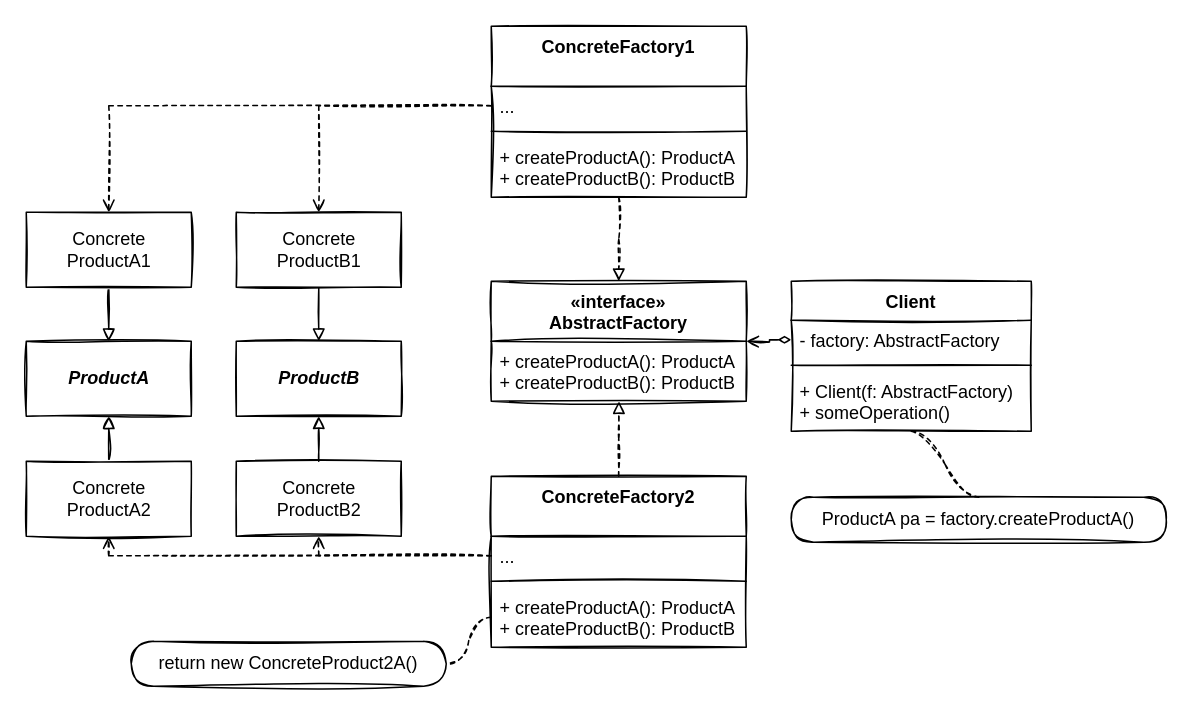
Earlier version of the draw.io diagram page "Standard" (1 of 2) of src/02-AbstractFactory/UML.drawio (MangoPomelo/DesignPatternPractice). Source tidied: cells renumbered, new cells numbered last; positions are measured from the earlier drawing's top-left corner, leaving out a move shared by most shapes. Both pictures are drawn from the tidied source at 150%, with x=0, y=0 at pixel (26, 26).
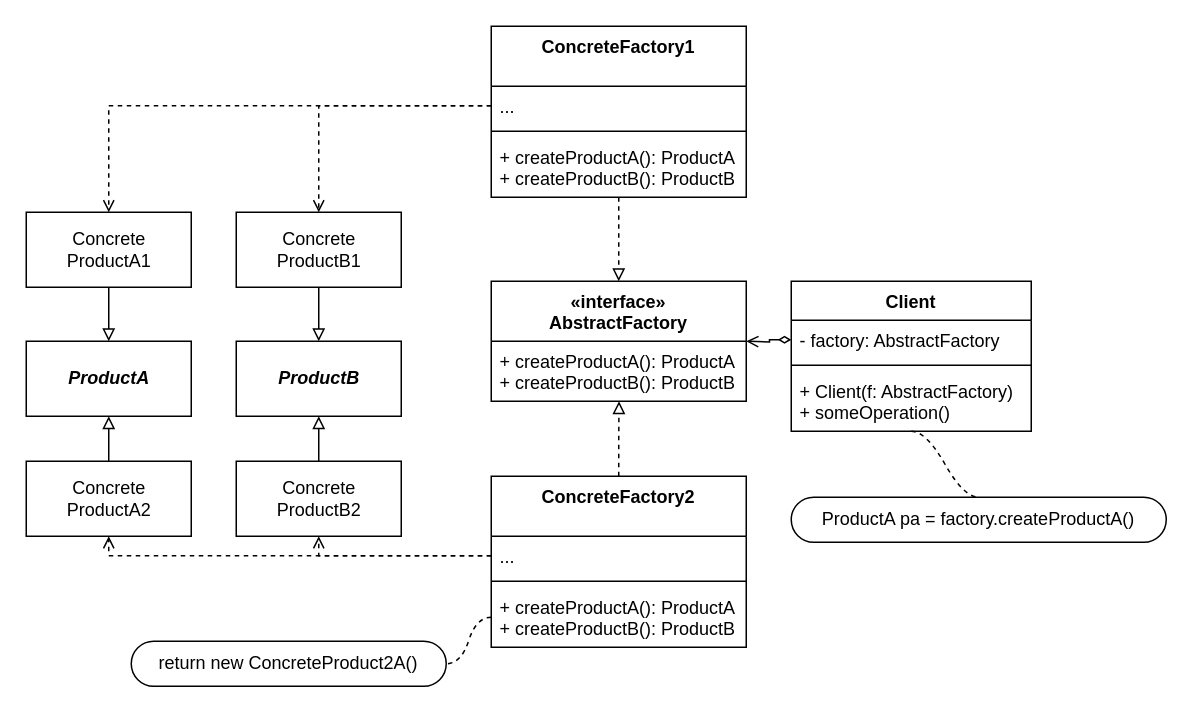
After the change.

The edit, as a diff of the source:
```diff
@@
-    <mxCell id="2" value="«interface»&#10;AbstractFactory" style="swimlane;fontStyle=1;align=center;verticalAlign=top;horizontal=1;startSize=40;sketch=1;" parent="1" vertex="1">
+    <mxCell id="2" value="«interface»&#10;AbstractFactory" style="swimlane;fontStyle=1;align=center;verticalAlign=top;horizontal=1;startSize=40;" parent="1" vertex="1">
       <mxGeometry x="310" y="170" width="170" height="80" as="geometry" />
     </mxCell>
-    <mxCell id="3" value="+ createProductA(): ProductA&#10;+ createProductB(): ProductB" style="text;strokeColor=none;fillColor=none;align=left;verticalAlign=top;spacingLeft=4;spacingRight=4;overflow=hidden;points=[[0,0.5],[1,0.5]];portConstraint=eastwest;sketch=1;" parent="2" vertex="1">
+    <mxCell id="3" value="+ createProductA(): ProductA&#10;+ createProductB(): ProductB" style="text;strokeColor=none;fillColor=none;align=left;verticalAlign=top;spacingLeft=4;spacingRight=4;overflow=hidden;points=[[0,0.5],[1,0.5]];portConstraint=eastwest;" parent="2" vertex="1">
       <mxGeometry y="40" width="170" height="40" as="geometry" />
     </mxCell>
-    <mxCell id="4" style="edgeStyle=orthogonalEdgeStyle;html=1;endArrow=block;endFill=0;dashed=1;rounded=0;sketch=1;entryX=0.501;entryY=1;entryDx=0;entryDy=0;entryPerimeter=0;" parent="1" edge="1" source="5" target="3">
+    <mxCell id="4" style="edgeStyle=orthogonalEdgeStyle;html=1;endArrow=block;endFill=0;dashed=1;rounded=0;entryX=0.501;entryY=1;entryDx=0;entryDy=0;entryPerimeter=0;" parent="1" edge="1" source="5" target="3">
       <mxGeometry relative="1" as="geometry" />
     </mxCell>
-    <mxCell id="5" value="ConcreteFactory2" style="swimlane;fontStyle=1;align=center;verticalAlign=top;horizontal=1;startSize=40;sketch=1;" parent="1" vertex="1">
+    <mxCell id="5" value="ConcreteFactory2" style="swimlane;fontStyle=1;align=center;verticalAlign=top;horizontal=1;startSize=40;" parent="1" vertex="1">
       <mxGeometry x="310" y="300" width="170" height="114" as="geometry" />
     </mxCell>
-    <mxCell id="6" value="..." style="text;strokeColor=none;fillColor=none;align=left;verticalAlign=top;spacingLeft=4;spacingRight=4;overflow=hidden;points=[[0,0.5],[1,0.5]];portConstraint=eastwest;sketch=1;" parent="5" vertex="1">
+    <mxCell id="6" value="..." style="text;strokeColor=none;fillColor=none;align=left;verticalAlign=top;spacingLeft=4;spacingRight=4;overflow=hidden;points=[[0,0.5],[1,0.5]];portConstraint=eastwest;" parent="5" vertex="1">
       <mxGeometry y="40" width="170" height="26" as="geometry" />
     </mxCell>
-    <mxCell id="7" style="line;strokeWidth=1;fillColor=none;align=left;verticalAlign=middle;spacingTop=-1;spacingLeft=3;spacingRight=3;labelPosition=right;sketch=1;" parent="5" vertex="1">
+    <mxCell id="7" style="line;strokeWidth=1;fillColor=none;align=left;verticalAlign=middle;spacingTop=-1;spacingLeft=3;spacingRight=3;labelPosition=right;" parent="5" vertex="1">
       <mxGeometry y="66" width="170" height="8" as="geometry" />
     </mxCell>
-    <mxCell id="8" value="+ createProductA(): ProductA&#10;+ createProductB(): ProductB" style="text;strokeColor=none;fillColor=none;align=left;verticalAlign=top;spacingLeft=4;spacingRight=4;overflow=hidden;points=[[0,0.5],[1,0.5]];portConstraint=eastwest;sketch=1;" parent="5" vertex="1">
+    <mxCell id="8" value="+ createProductA(): ProductA&#10;+ createProductB(): ProductB" style="text;strokeColor=none;fillColor=none;align=left;verticalAlign=top;spacingLeft=4;spacingRight=4;overflow=hidden;points=[[0,0.5],[1,0.5]];portConstraint=eastwest;" parent="5" vertex="1">
       <mxGeometry y="74" width="170" height="40" as="geometry" />
     </mxCell>
-    <mxCell id="9" style="edgeStyle=orthogonalEdgeStyle;html=1;dashed=1;endArrow=block;endFill=0;rounded=0;sketch=1;" parent="1" edge="1" source="10">
+    <mxCell id="9" style="edgeStyle=orthogonalEdgeStyle;html=1;dashed=1;endArrow=block;endFill=0;rounded=0;" parent="1" edge="1" source="10">
       <mxGeometry relative="1" as="geometry">
         <mxPoint x="395" y="170" as="targetPoint" />
       </mxGeometry>
     </mxCell>
-    <mxCell id="10" value="ConcreteFactory1" style="swimlane;fontStyle=1;align=center;verticalAlign=top;horizontal=1;startSize=40;sketch=1;" parent="1" vertex="1">
+    <mxCell id="10" value="ConcreteFactory1" style="swimlane;fontStyle=1;align=center;verticalAlign=top;horizontal=1;startSize=40;" parent="1" vertex="1">
       <mxGeometry x="310" width="170" height="114" as="geometry" />
     </mxCell>
-    <mxCell id="11" value="..." style="text;strokeColor=none;fillColor=none;align=left;verticalAlign=top;spacingLeft=4;spacingRight=4;overflow=hidden;points=[[0,0.5],[1,0.5]];portConstraint=eastwest;sketch=1;" parent="10" vertex="1">
+    <mxCell id="11" value="..." style="text;strokeColor=none;fillColor=none;align=left;verticalAlign=top;spacingLeft=4;spacingRight=4;overflow=hidden;points=[[0,0.5],[1,0.5]];portConstraint=eastwest;" parent="10" vertex="1">
       <mxGeometry y="40" width="170" height="26" as="geometry" />
     </mxCell>
-    <mxCell id="12" style="line;strokeWidth=1;fillColor=none;align=left;verticalAlign=middle;spacingTop=-1;spacingLeft=3;spacingRight=3;labelPosition=right;sketch=1;" parent="10" vertex="1">
+    <mxCell id="12" style="line;strokeWidth=1;fillColor=none;align=left;verticalAlign=middle;spacingTop=-1;spacingLeft=3;spacingRight=3;labelPosition=right;" parent="10" vertex="1">
       <mxGeometry y="66" width="170" height="8" as="geometry" />
     </mxCell>
-    <mxCell id="13" value="+ createProductA(): ProductA&#10;+ createProductB(): ProductB" style="text;strokeColor=none;fillColor=none;align=left;verticalAlign=top;spacingLeft=4;spacingRight=4;overflow=hidden;sketch=1;" parent="10" vertex="1">
+    <mxCell id="13" value="+ createProductA(): ProductA&#10;+ createProductB(): ProductB" style="text;strokeColor=none;fillColor=none;align=left;verticalAlign=top;spacingLeft=4;spacingRight=4;overflow=hidden;" parent="10" vertex="1">
       <mxGeometry y="74" width="170" height="40" as="geometry" />
     </mxCell>
-    <mxCell id="14" value="ProductB" style="html=1;fontStyle=3;sketch=1;" parent="1" vertex="1">
+    <mxCell id="14" value="ProductB" style="html=1;fontStyle=3;" parent="1" vertex="1">
       <mxGeometry x="140" y="210" width="110" height="50" as="geometry" />
     </mxCell>
-    <mxCell id="15" value="ProductA" style="html=1;fontStyle=3;sketch=1;" parent="1" vertex="1">
+    <mxCell id="15" value="ProductA" style="html=1;fontStyle=3;" parent="1" vertex="1">
       <mxGeometry y="210" width="110" height="50" as="geometry" />
     </mxCell>
-    <mxCell id="16" style="edgeStyle=orthogonalEdgeStyle;rounded=0;html=1;exitX=0.5;exitY=1;exitDx=0;exitDy=0;entryX=0.5;entryY=0;entryDx=0;entryDy=0;endArrow=block;endFill=0;sketch=1;" parent="1" edge="1" source="17" target="15">
+    <mxCell id="16" style="edgeStyle=orthogonalEdgeStyle;rounded=0;html=1;exitX=0.5;exitY=1;exitDx=0;exitDy=0;entryX=0.5;entryY=0;entryDx=0;entryDy=0;endArrow=block;endFill=0;" parent="1" edge="1" source="17" target="15">
       <mxGeometry relative="1" as="geometry" />
     </mxCell>
-    <mxCell id="17" value="Concrete&lt;br&gt;ProductA1" style="html=1;sketch=1;" parent="1" vertex="1">
+    <mxCell id="17" value="Concrete&lt;br&gt;ProductA1" style="html=1;" parent="1" vertex="1">
       <mxGeometry y="124" width="110" height="50" as="geometry" />
     </mxCell>
-    <mxCell id="18" style="edgeStyle=orthogonalEdgeStyle;rounded=0;html=1;exitX=0.5;exitY=1;exitDx=0;exitDy=0;endArrow=block;endFill=0;sketch=1;" parent="1" edge="1" source="19" target="14">
+    <mxCell id="18" style="edgeStyle=orthogonalEdgeStyle;rounded=0;html=1;exitX=0.5;exitY=1;exitDx=0;exitDy=0;endArrow=block;endFill=0;" parent="1" edge="1" source="19" target="14">
       <mxGeometry relative="1" as="geometry" />
     </mxCell>
-    <mxCell id="19" value="Concrete&lt;br&gt;ProductB1" style="html=1;sketch=1;" parent="1" vertex="1">
+    <mxCell id="19" value="Concrete&lt;br&gt;ProductB1" style="html=1;" parent="1" vertex="1">
       <mxGeometry x="140" y="124" width="110" height="50" as="geometry" />
     </mxCell>
-    <mxCell id="20" style="edgeStyle=orthogonalEdgeStyle;rounded=0;html=1;exitX=0.5;exitY=0;exitDx=0;exitDy=0;entryX=0.5;entryY=1;entryDx=0;entryDy=0;endArrow=block;endFill=0;sketch=1;" parent="1" edge="1" source="21" target="15">
+    <mxCell id="20" style="edgeStyle=orthogonalEdgeStyle;rounded=0;html=1;exitX=0.5;exitY=0;exitDx=0;exitDy=0;entryX=0.5;entryY=1;entryDx=0;entryDy=0;endArrow=block;endFill=0;" parent="1" edge="1" source="21" target="15">
       <mxGeometry relative="1" as="geometry" />
     </mxCell>
-    <mxCell id="21" value="Concrete&lt;br&gt;ProductA2" style="html=1;sketch=1;" parent="1" vertex="1">
+    <mxCell id="21" value="Concrete&lt;br&gt;ProductA2" style="html=1;" parent="1" vertex="1">
       <mxGeometry y="290" width="110" height="50" as="geometry" />
     </mxCell>
-    <mxCell id="22" style="edgeStyle=orthogonalEdgeStyle;rounded=0;html=1;exitX=0.5;exitY=0;exitDx=0;exitDy=0;entryX=0.5;entryY=1;entryDx=0;entryDy=0;endArrow=block;endFill=0;sketch=1;" parent="1" edge="1" source="23" target="14">
+    <mxCell id="22" style="edgeStyle=orthogonalEdgeStyle;rounded=0;html=1;exitX=0.5;exitY=0;exitDx=0;exitDy=0;entryX=0.5;entryY=1;entryDx=0;entryDy=0;endArrow=block;endFill=0;" parent="1" edge="1" source="23" target="14">
       <mxGeometry relative="1" as="geometry" />
     </mxCell>
-    <mxCell id="23" value="Concrete&lt;br&gt;ProductB2" style="html=1;sketch=1;" parent="1" vertex="1">
+    <mxCell id="23" value="Concrete&lt;br&gt;ProductB2" style="html=1;" parent="1" vertex="1">
       <mxGeometry x="140" y="290" width="110" height="50" as="geometry" />
     </mxCell>
-    <mxCell id="24" value="Client" style="swimlane;fontStyle=1;align=center;verticalAlign=top;horizontal=1;startSize=26;sketch=1;" parent="1" vertex="1">
+    <mxCell id="24" value="Client" style="swimlane;fontStyle=1;align=center;verticalAlign=top;horizontal=1;startSize=26;" parent="1" vertex="1">
       <mxGeometry x="510" y="170" width="160" height="100" as="geometry" />
     </mxCell>
-    <mxCell id="25" value="- factory: AbstractFactory" style="text;strokeColor=none;fillColor=none;align=left;verticalAlign=top;spacingLeft=4;spacingRight=4;overflow=hidden;points=[[0,0.5],[1,0.5]];portConstraint=eastwest;sketch=1;" parent="24" vertex="1">
+    <mxCell id="25" value="- factory: AbstractFactory" style="text;strokeColor=none;fillColor=none;align=left;verticalAlign=top;spacingLeft=4;spacingRight=4;overflow=hidden;points=[[0,0.5],[1,0.5]];portConstraint=eastwest;" parent="24" vertex="1">
       <mxGeometry y="26" width="160" height="26" as="geometry" />
     </mxCell>
-    <mxCell id="26" style="line;strokeWidth=1;fillColor=none;align=left;verticalAlign=middle;spacingTop=-1;spacingLeft=3;spacingRight=3;labelPosition=right;sketch=1;" parent="24" vertex="1">
+    <mxCell id="26" style="line;strokeWidth=1;fillColor=none;align=left;verticalAlign=middle;spacingTop=-1;spacingLeft=3;spacingRight=3;labelPosition=right;" parent="24" vertex="1">
       <mxGeometry y="52" width="160" height="8" as="geometry" />
     </mxCell>
-    <mxCell id="27" value="+ Client(f: AbstractFactory)&#10;+ someOperation()" style="text;strokeColor=none;fillColor=none;align=left;verticalAlign=top;spacingLeft=4;spacingRight=4;overflow=hidden;points=[[0,0.5],[1,0.5]];portConstraint=eastwest;sketch=1;" parent="24" vertex="1">
+    <mxCell id="27" value="+ Client(f: AbstractFactory)&#10;+ someOperation()" style="text;strokeColor=none;fillColor=none;align=left;verticalAlign=top;spacingLeft=4;spacingRight=4;overflow=hidden;points=[[0,0.5],[1,0.5]];portConstraint=eastwest;" parent="24" vertex="1">
       <mxGeometry y="60" width="160" height="40" as="geometry" />
     </mxCell>
-    <mxCell id="28" style="edgeStyle=orthogonalEdgeStyle;rounded=0;html=1;exitX=0;exitY=0.5;exitDx=0;exitDy=0;entryX=0.5;entryY=0;entryDx=0;entryDy=0;dashed=1;endArrow=open;endFill=0;sketch=1;" parent="1" edge="1" source="11" target="19">
+    <mxCell id="28" style="edgeStyle=orthogonalEdgeStyle;rounded=0;html=1;exitX=0;exitY=0.5;exitDx=0;exitDy=0;entryX=0.5;entryY=0;entryDx=0;entryDy=0;dashed=1;endArrow=open;endFill=0;" parent="1" edge="1" source="11" target="19">
       <mxGeometry relative="1" as="geometry" />
     </mxCell>
-    <mxCell id="29" style="edgeStyle=orthogonalEdgeStyle;html=1;exitX=0;exitY=0.5;exitDx=0;exitDy=0;entryX=0.5;entryY=0;entryDx=0;entryDy=0;endArrow=open;endFill=0;rounded=0;sketch=1;dashed=1;" parent="1" edge="1" source="11" target="17">
+    <mxCell id="29" style="edgeStyle=orthogonalEdgeStyle;html=1;exitX=0;exitY=0.5;exitDx=0;exitDy=0;entryX=0.5;entryY=0;entryDx=0;entryDy=0;endArrow=open;endFill=0;rounded=0;dashed=1;" parent="1" edge="1" source="11" target="17">
       <mxGeometry relative="1" as="geometry" />
     </mxCell>
-    <mxCell id="30" style="edgeStyle=orthogonalEdgeStyle;rounded=0;sketch=1;html=1;exitX=0;exitY=0.5;exitDx=0;exitDy=0;entryX=0.5;entryY=1;entryDx=0;entryDy=0;dashed=1;endArrow=open;endFill=0;" parent="1" edge="1" source="6" target="23">
+    <mxCell id="30" style="edgeStyle=orthogonalEdgeStyle;rounded=0;html=1;exitX=0;exitY=0.5;exitDx=0;exitDy=0;entryX=0.5;entryY=1;entryDx=0;entryDy=0;dashed=1;endArrow=open;endFill=0;" parent="1" edge="1" source="6" target="23">
       <mxGeometry relative="1" as="geometry" />
     </mxCell>
-    <mxCell id="31" style="edgeStyle=orthogonalEdgeStyle;rounded=0;sketch=1;html=1;exitX=0;exitY=0.5;exitDx=0;exitDy=0;entryX=0.5;entryY=1;entryDx=0;entryDy=0;dashed=1;endArrow=open;endFill=0;" parent="1" edge="1" source="6" target="21">
+    <mxCell id="31" style="edgeStyle=orthogonalEdgeStyle;rounded=0;html=1;exitX=0;exitY=0.5;exitDx=0;exitDy=0;entryX=0.5;entryY=1;entryDx=0;entryDy=0;dashed=1;endArrow=open;endFill=0;" parent="1" edge="1" source="6" target="21">
       <mxGeometry relative="1" as="geometry" />
     </mxCell>
-    <mxCell id="32" style="edgeStyle=orthogonalEdgeStyle;rounded=0;sketch=1;html=1;exitX=0;exitY=0.5;exitDx=0;exitDy=0;endArrow=open;endFill=0;startArrow=diamondThin;startFill=0;" parent="1" edge="1" source="25">
+    <mxCell id="32" style="edgeStyle=orthogonalEdgeStyle;rounded=0;html=1;exitX=0;exitY=0.5;exitDx=0;exitDy=0;endArrow=open;endFill=0;startArrow=diamondThin;startFill=0;" parent="1" edge="1" source="25">
       <mxGeometry relative="1" as="geometry">
         <mxPoint x="480" y="210" as="targetPoint" />
       </mxGeometry>
     </mxCell>
-    <mxCell id="33" value="return new ConcreteProduct2A()" style="whiteSpace=wrap;html=1;rounded=1;arcSize=50;align=center;verticalAlign=middle;strokeWidth=1;spacing=4;newEdgeStyle={&quot;edgeStyle&quot;:&quot;entityRelationEdgeStyle&quot;,&quot;startArrow&quot;:&quot;none&quot;,&quot;endArrow&quot;:&quot;none&quot;,&quot;segment&quot;:10,&quot;curved&quot;:1};sketch=1;" parent="1" vertex="1">
+    <mxCell id="33" value="return new ConcreteProduct2A()" style="whiteSpace=wrap;html=1;rounded=1;arcSize=50;align=center;verticalAlign=middle;strokeWidth=1;spacing=4;newEdgeStyle={&quot;edgeStyle&quot;:&quot;entityRelationEdgeStyle&quot;,&quot;startArrow&quot;:&quot;none&quot;,&quot;endArrow&quot;:&quot;none&quot;,&quot;segment&quot;:10,&quot;curved&quot;:1};" parent="1" vertex="1">
       <mxGeometry x="70" y="410" width="210" height="30" as="geometry" />
     </mxCell>
-    <mxCell id="34" style="edgeStyle=entityRelationEdgeStyle;startArrow=none;endArrow=none;segment=10;curved=1;rounded=0;sketch=1;exitX=0;exitY=0.5;exitDx=0;exitDy=0;dashed=1;" parent="1" edge="1" source="8" target="33">
+    <mxCell id="34" style="edgeStyle=entityRelationEdgeStyle;startArrow=none;endArrow=none;segment=10;curved=1;rounded=0;exitX=0;exitY=0.5;exitDx=0;exitDy=0;dashed=1;" parent="1" edge="1" source="8" target="33">
       <mxGeometry relative="1" as="geometry" />
     </mxCell>
-    <mxCell id="35" value="ProductA pa = factory.createProductA()" style="whiteSpace=wrap;html=1;rounded=1;arcSize=50;align=center;verticalAlign=middle;strokeWidth=1;spacing=4;newEdgeStyle={&quot;edgeStyle&quot;:&quot;entityRelationEdgeStyle&quot;,&quot;startArrow&quot;:&quot;none&quot;,&quot;endArrow&quot;:&quot;none&quot;,&quot;segment&quot;:10,&quot;curved&quot;:1};sketch=1;" parent="1" vertex="1">
+    <mxCell id="35" value="ProductA pa = factory.createProductA()" style="whiteSpace=wrap;html=1;rounded=1;arcSize=50;align=center;verticalAlign=middle;strokeWidth=1;spacing=4;newEdgeStyle={&quot;edgeStyle&quot;:&quot;entityRelationEdgeStyle&quot;,&quot;startArrow&quot;:&quot;none&quot;,&quot;endArrow&quot;:&quot;none&quot;,&quot;segment&quot;:10,&quot;curved&quot;:1};" parent="1" vertex="1">
       <mxGeometry x="510" y="314" width="250" height="30" as="geometry" />
     </mxCell>
-    <mxCell id="36" style="edgeStyle=entityRelationEdgeStyle;startArrow=none;endArrow=none;segment=10;curved=1;rounded=0;sketch=1;exitX=0.5;exitY=1;exitDx=0;exitDy=0;dashed=1;exitPerimeter=0;entryX=0.5;entryY=0;entryDx=0;entryDy=0;" parent="1" edge="1" source="27" target="35">
+    <mxCell id="36" style="edgeStyle=entityRelationEdgeStyle;startArrow=none;endArrow=none;segment=10;curved=1;rounded=0;exitX=0.5;exitY=1;exitDx=0;exitDy=0;dashed=1;exitPerimeter=0;entryX=0.5;entryY=0;entryDx=0;entryDy=0;" parent="1" edge="1" source="27" target="35">
       <mxGeometry relative="1" as="geometry" />
     </mxCell>
```
